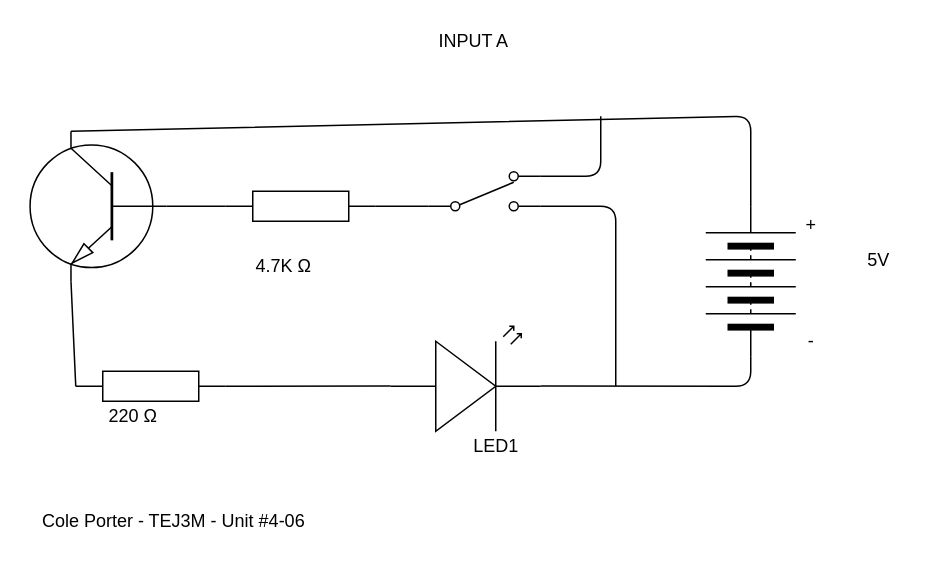
This is Unit4-06/Cole Porter - TEJ3M - Unit #4-06.drawio from ColePor/TEJ3M---Unit-4, a draw.io file, before an edit. Source tidied: cells renumbered, new cells numbered last; positions are measured from the earlier drawing's top-left corner, leaving out a move shared by most shapes. Both pictures are drawn from the tidied source at 150%, with x=0, y=0 at pixel (27, 26). Pictures stored in the file or linked from it are replaced by grey dashed boxes.
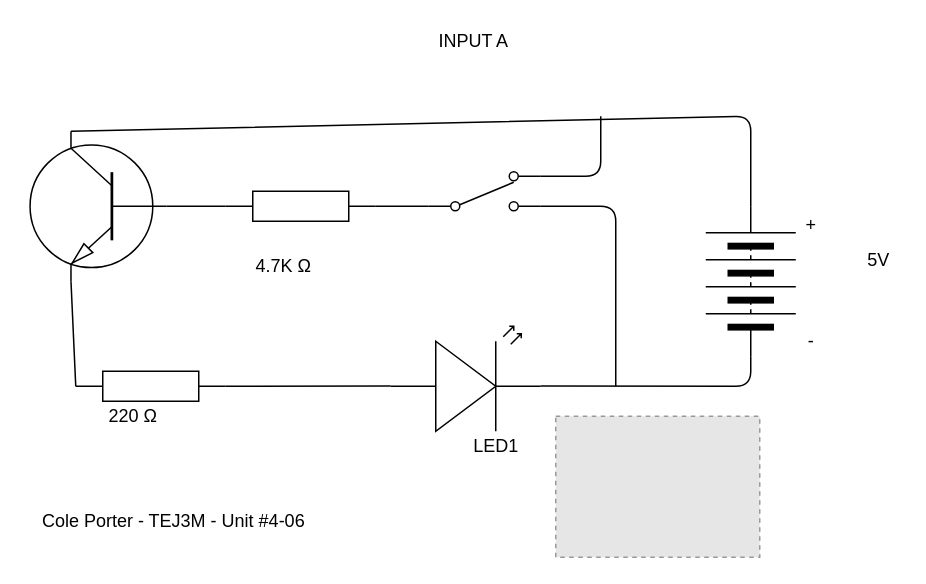
After the change.

Change to the diagram source:
```diff
@@
+    <mxCell id="24" style="fillColor=#E6E6E6;strokeColor=#999999;dashed=1;verticalLabelPosition=bottom;labelBackgroundColor=#ffffff;verticalAlign=top;" parent="1" vertex="1">
+      <mxGeometry x="352" y="260" width="136" height="94" as="geometry" />
+    </mxCell>
```
